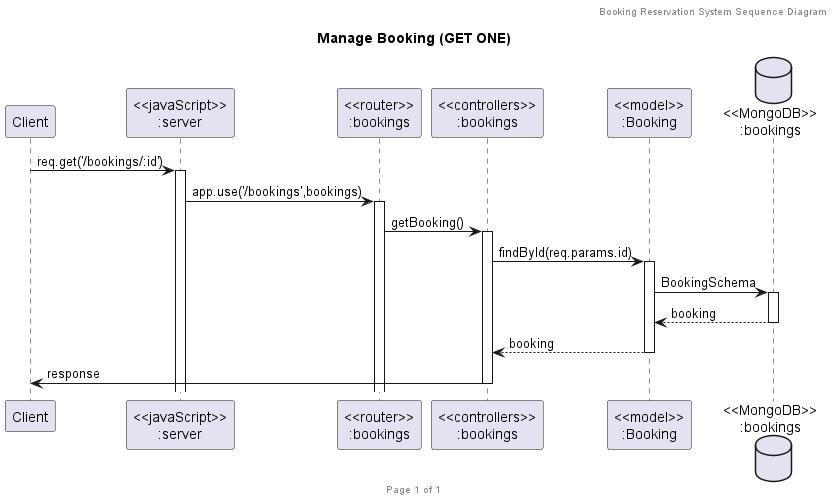
Above: out/UML/SequenceDiagram/Booking/getOne/Manage Booking (GET ONE).png in 2110503TACEDT66/presentation-day-1-chue-rai-dee (PlantUML), before the change. Its diagram source:
```plantuml
@startuml Manage Booking (GET ONE)

header Booking Reservation System Sequence Diagram
footer Page %page% of %lastpage%
title "Manage Booking (GET ONE)"

participant "Client" as client
participant "<<javaScript>>\n:server" as server
participant "<<router>>\n:bookings" as routerBookings
participant "<<controllers>>\n:bookings" as controllersBookings
participant "<<model>>\n:Booking" as modelBooking
database "<<MongoDB>>\n:bookings" as BookingsDatabase

client->server ++:req.get('/bookings/:id')
server->routerBookings ++:app.use('/bookings',bookings)
routerBookings -> controllersBookings ++:getBooking()
controllersBookings->modelBooking ++:findById(req.params.id)
modelBooking ->BookingsDatabase ++: BookingSchema
BookingsDatabase --> modelBooking --: booking
controllersBookings <-- modelBooking --:booking
controllersBookings->client --:response

@enduml
```
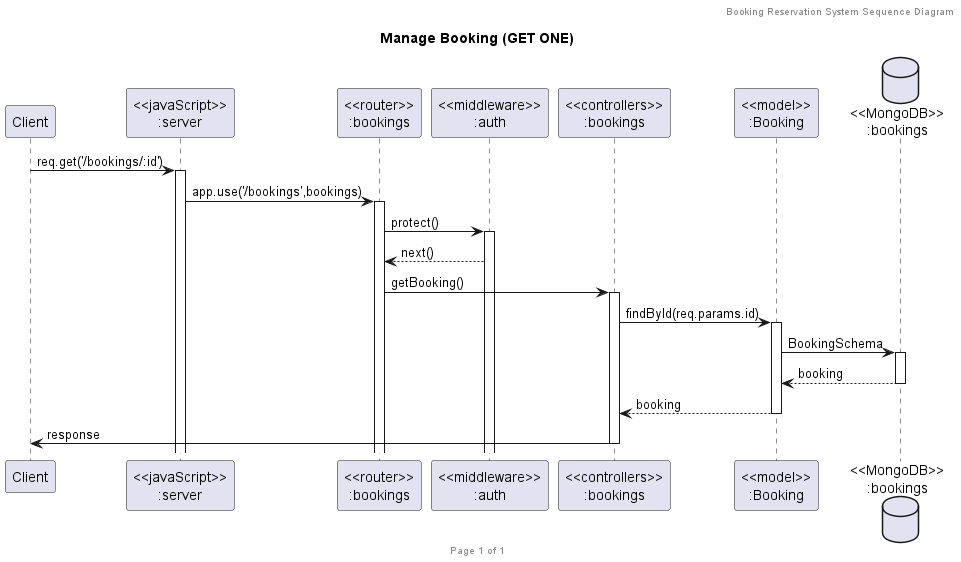
After the change.

Diff of the diagram source:
```diff
@@ -7,12 +7,15 @@
 participant "Client" as client
 participant "<<javaScript>>\n:server" as server
 participant "<<router>>\n:bookings" as routerBookings
+participant "<<middleware>>\n:auth" as middlewareAuth
 participant "<<controllers>>\n:bookings" as controllersBookings
 participant "<<model>>\n:Booking" as modelBooking
 database "<<MongoDB>>\n:bookings" as BookingsDatabase
 
 client->server ++:req.get('/bookings/:id')
 server->routerBookings ++:app.use('/bookings',bookings)
+routerBookings->middlewareAuth ++:protect()
+middlewareAuth-->routerBookings :next()
 routerBookings -> controllersBookings ++:getBooking()
 controllersBookings->modelBooking ++:findById(req.params.id)
 modelBooking ->BookingsDatabase ++: BookingSchema
```
